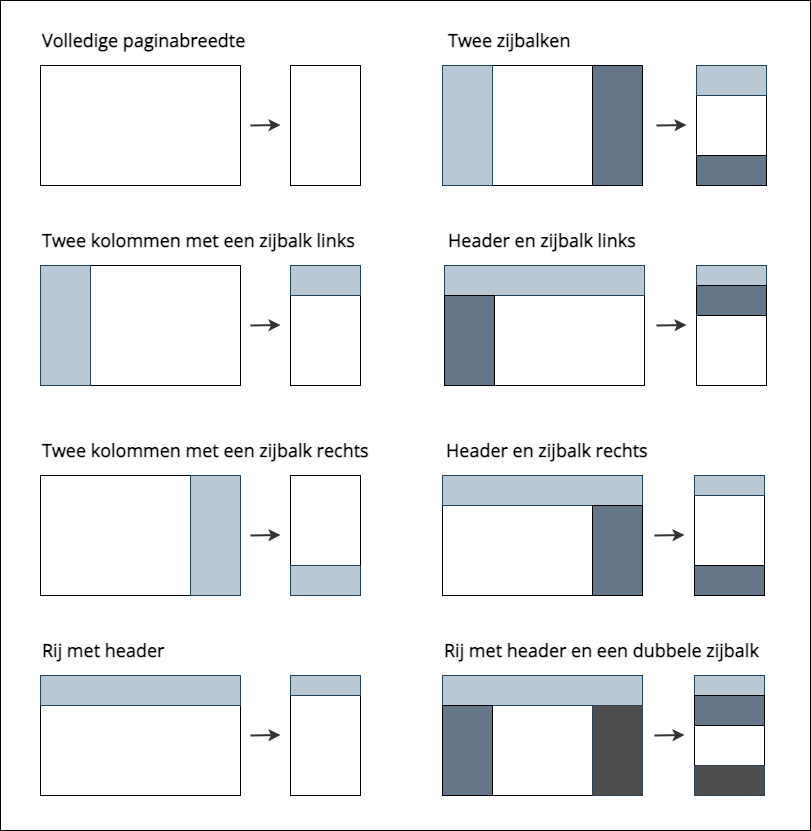
cultuurnet/apidocs keeps this draw.io diagram as projects/widgets/assets/images/widget choreografie.png. Above is the earlier version. Source tidied: cells renumbered, new cells last; positions are measured from the earlier drawing's top-left corner, leaving out a move shared by most shapes. The source it was exported from:
```xml
<mxGraphModel>
  <root>
    <mxCell id="0" />
    <mxCell id="1" parent="0" />
    <mxCell id="2" style="rounded=0;whiteSpace=wrap;html=1;fontFamily=Open Sans;fontSource=https%3A%2F%2Ffonts.googleapis.com%2Fcss%3Ffamily%3DOpen%2BSans;fontSize=18;fillColor=#FFFFFF;" parent="1" vertex="1">
      <mxGeometry width="810" height="830" as="geometry" />
    </mxCell>
    <mxCell id="3" style="rounded=0;whiteSpace=wrap;html=1;" parent="1" vertex="1">
      <mxGeometry x="40" y="65" width="200" height="120" as="geometry" />
    </mxCell>
    <mxCell id="4" value="&lt;font style=&quot;font-size: 18px;&quot;&gt;&lt;b style=&quot;&quot;&gt;Volledige paginabreedte&lt;/b&gt;&lt;/font&gt;" style="text;html=1;strokeColor=none;fillColor=none;align=left;verticalAlign=middle;whiteSpace=wrap;rounded=0;fontSize=14;fontFamily=Open Sans;fontSource=https%3A%2F%2Ffonts.googleapis.com%2Fcss%3Ffamily%3DOpen%2BSans;" parent="1" vertex="1">
      <mxGeometry x="40" y="25" width="250" height="30" as="geometry" />
    </mxCell>
    <mxCell id="5" style="endArrow=classic;html=1;rounded=0;fontFamily=Tahoma;fontSize=25;strokeWidth=2;strokeColor=#333333;fontStyle=1;labelBorderColor=none;labelBackgroundColor=default;" parent="1" edge="1">
      <mxGeometry relative="1" as="geometry">
        <mxPoint x="250" y="125" as="sourcePoint" />
        <mxPoint x="280" y="124.5" as="targetPoint" />
      </mxGeometry>
    </mxCell>
    <mxCell id="6" style="rounded=0;whiteSpace=wrap;html=1;" parent="1" vertex="1">
      <mxGeometry x="290" y="65" width="70" height="120" as="geometry" />
    </mxCell>
    <mxCell id="7" style="rounded=0;whiteSpace=wrap;html=1;" parent="1" vertex="1">
      <mxGeometry x="40" y="265" width="200" height="120" as="geometry" />
    </mxCell>
    <mxCell id="8" style="rounded=0;whiteSpace=wrap;html=1;fillColor=#bac8d3;strokeColor=#23445d;" parent="1" vertex="1">
      <mxGeometry x="40" y="265" width="50" height="120" as="geometry" />
    </mxCell>
    <mxCell id="9" value="&lt;font style=&quot;font-size: 18px;&quot;&gt;&lt;b style=&quot;&quot;&gt;Twee kolommen met een zijbalk links&lt;/b&gt;&lt;/font&gt;" style="text;html=1;strokeColor=none;fillColor=none;align=left;verticalAlign=middle;whiteSpace=wrap;rounded=0;fontSize=14;fontFamily=Open Sans;fontSource=https%3A%2F%2Ffonts.googleapis.com%2Fcss%3Ffamily%3DOpen%2BSans;" parent="1" vertex="1">
      <mxGeometry x="40" y="225" width="360" height="30" as="geometry" />
    </mxCell>
    <mxCell id="10" style="rounded=0;whiteSpace=wrap;html=1;" parent="1" vertex="1">
      <mxGeometry x="40" y="475" width="200" height="120" as="geometry" />
    </mxCell>
    <mxCell id="11" style="rounded=0;whiteSpace=wrap;html=1;fillColor=#bac8d3;strokeColor=#23445d;" parent="1" vertex="1">
      <mxGeometry x="190" y="475" width="50" height="120" as="geometry" />
    </mxCell>
    <mxCell id="12" value="&lt;font style=&quot;font-size: 18px;&quot;&gt;&lt;b style=&quot;&quot;&gt;Twee kolommen met een zijbalk rechts&lt;/b&gt;&lt;/font&gt;" style="text;html=1;strokeColor=none;fillColor=none;align=left;verticalAlign=middle;whiteSpace=wrap;rounded=0;fontSize=14;fontFamily=Open Sans;fontSource=https%3A%2F%2Ffonts.googleapis.com%2Fcss%3Ffamily%3DOpen%2BSans;" parent="1" vertex="1">
      <mxGeometry x="40" y="435" width="360" height="30" as="geometry" />
    </mxCell>
    <mxCell id="13" style="rounded=0;whiteSpace=wrap;html=1;" parent="1" vertex="1">
      <mxGeometry x="40" y="675" width="200" height="120" as="geometry" />
    </mxCell>
    <mxCell id="14" value="&lt;font style=&quot;font-size: 18px;&quot;&gt;&lt;b style=&quot;&quot;&gt;Rij met header&lt;/b&gt;&lt;/font&gt;" style="text;html=1;strokeColor=none;fillColor=none;align=left;verticalAlign=middle;whiteSpace=wrap;rounded=0;fontSize=14;fontFamily=Open Sans;fontSource=https%3A%2F%2Ffonts.googleapis.com%2Fcss%3Ffamily%3DOpen%2BSans;" parent="1" vertex="1">
      <mxGeometry x="40" y="635" width="360" height="30" as="geometry" />
    </mxCell>
    <mxCell id="15" style="rounded=0;whiteSpace=wrap;html=1;fontFamily=Open Sans;fontSource=https%3A%2F%2Ffonts.googleapis.com%2Fcss%3Ffamily%3DOpen%2BSans;fontSize=25;fillColor=#bac8d3;strokeColor=#23445d;" parent="1" vertex="1">
      <mxGeometry x="40" y="675" width="200" height="30" as="geometry" />
    </mxCell>
    <mxCell id="16" style="rounded=0;whiteSpace=wrap;html=1;" parent="1" vertex="1">
      <mxGeometry x="442" y="475" width="200" height="120" as="geometry" />
    </mxCell>
    <mxCell id="17" style="endArrow=classic;html=1;rounded=0;fontFamily=Tahoma;fontSize=25;strokeWidth=2;strokeColor=#333333;fontStyle=1;labelBorderColor=none;labelBackgroundColor=default;" parent="1" edge="1">
      <mxGeometry relative="1" as="geometry">
        <mxPoint x="250" y="325" as="sourcePoint" />
        <mxPoint x="280" y="324.5" as="targetPoint" />
      </mxGeometry>
    </mxCell>
    <mxCell id="18" style="rounded=0;whiteSpace=wrap;html=1;" parent="1" vertex="1">
      <mxGeometry x="290" y="265" width="70" height="120" as="geometry" />
    </mxCell>
    <mxCell id="19" style="endArrow=classic;html=1;rounded=0;fontFamily=Tahoma;fontSize=25;strokeWidth=2;strokeColor=#333333;fontStyle=1;labelBorderColor=none;labelBackgroundColor=default;" parent="1" edge="1">
      <mxGeometry relative="1" as="geometry">
        <mxPoint x="250" y="535" as="sourcePoint" />
        <mxPoint x="280" y="534.5" as="targetPoint" />
      </mxGeometry>
    </mxCell>
    <mxCell id="20" style="rounded=0;whiteSpace=wrap;html=1;" parent="1" vertex="1">
      <mxGeometry x="290" y="475" width="70" height="120" as="geometry" />
    </mxCell>
    <mxCell id="21" style="endArrow=classic;html=1;rounded=0;fontFamily=Tahoma;fontSize=25;strokeWidth=2;strokeColor=#333333;fontStyle=1;labelBorderColor=none;labelBackgroundColor=default;" parent="1" edge="1">
      <mxGeometry relative="1" as="geometry">
        <mxPoint x="250" y="735" as="sourcePoint" />
        <mxPoint x="280" y="734.5" as="targetPoint" />
      </mxGeometry>
    </mxCell>
    <mxCell id="22" style="rounded=0;whiteSpace=wrap;html=1;" parent="1" vertex="1">
      <mxGeometry x="290" y="675" width="70" height="120" as="geometry" />
    </mxCell>
    <mxCell id="23" style="rounded=0;whiteSpace=wrap;html=1;fillColor=#bac8d3;strokeColor=#23445d;" parent="1" vertex="1">
      <mxGeometry x="290" y="265" width="70" height="30" as="geometry" />
    </mxCell>
    <mxCell id="24" style="rounded=0;whiteSpace=wrap;html=1;fillColor=#bac8d3;strokeColor=#23445d;" parent="1" vertex="1">
      <mxGeometry x="290" y="565" width="70" height="30" as="geometry" />
    </mxCell>
    <mxCell id="25" style="rounded=0;whiteSpace=wrap;html=1;fillColor=#bac8d3;strokeColor=#23445d;" parent="1" vertex="1">
      <mxGeometry x="290" y="675" width="70" height="20" as="geometry" />
    </mxCell>
    <mxCell id="26" style="endArrow=classic;html=1;rounded=0;fontFamily=Tahoma;fontSize=25;strokeWidth=2;strokeColor=#333333;fontStyle=1;labelBorderColor=none;labelBackgroundColor=default;" parent="1" edge="1">
      <mxGeometry relative="1" as="geometry">
        <mxPoint x="656" y="125" as="sourcePoint" />
        <mxPoint x="686" y="124.5" as="targetPoint" />
      </mxGeometry>
    </mxCell>
    <mxCell id="27" style="rounded=0;whiteSpace=wrap;html=1;" parent="1" vertex="1">
      <mxGeometry x="696" y="65" width="70" height="120" as="geometry" />
    </mxCell>
    <mxCell id="28" style="endArrow=classic;html=1;rounded=0;fontFamily=Tahoma;fontSize=25;strokeWidth=2;strokeColor=#333333;fontStyle=1;labelBorderColor=none;labelBackgroundColor=default;" parent="1" edge="1">
      <mxGeometry relative="1" as="geometry">
        <mxPoint x="656" y="325" as="sourcePoint" />
        <mxPoint x="686" y="324.5" as="targetPoint" />
      </mxGeometry>
    </mxCell>
    <mxCell id="29" style="rounded=0;whiteSpace=wrap;html=1;" parent="1" vertex="1">
      <mxGeometry x="696" y="265" width="70" height="120" as="geometry" />
    </mxCell>
    <mxCell id="30" style="endArrow=classic;html=1;rounded=0;fontFamily=Tahoma;fontSize=25;strokeWidth=2;strokeColor=#333333;fontStyle=1;labelBorderColor=none;labelBackgroundColor=default;" parent="1" edge="1">
      <mxGeometry relative="1" as="geometry">
        <mxPoint x="654" y="535" as="sourcePoint" />
        <mxPoint x="684" y="534.5" as="targetPoint" />
      </mxGeometry>
    </mxCell>
    <mxCell id="31" style="rounded=0;whiteSpace=wrap;html=1;" parent="1" vertex="1">
      <mxGeometry x="694" y="475" width="70" height="120" as="geometry" />
    </mxCell>
    <mxCell id="32" style="endArrow=classic;html=1;rounded=0;fontFamily=Tahoma;fontSize=25;strokeWidth=2;strokeColor=#333333;fontStyle=1;labelBorderColor=none;labelBackgroundColor=default;" parent="1" edge="1">
      <mxGeometry relative="1" as="geometry">
        <mxPoint x="654" y="735" as="sourcePoint" />
        <mxPoint x="684" y="734.5" as="targetPoint" />
      </mxGeometry>
    </mxCell>
    <mxCell id="33" style="rounded=0;whiteSpace=wrap;html=1;" parent="1" vertex="1">
      <mxGeometry x="694" y="675" width="70" height="120" as="geometry" />
    </mxCell>
    <mxCell id="34" value="&lt;font style=&quot;font-size: 18px;&quot;&gt;&lt;b style=&quot;&quot;&gt;Header en zijbalk rechts&lt;/b&gt;&lt;/font&gt;" style="text;html=1;strokeColor=none;fillColor=none;align=left;verticalAlign=middle;whiteSpace=wrap;rounded=0;fontSize=14;fontFamily=Open Sans;fontSource=https%3A%2F%2Ffonts.googleapis.com%2Fcss%3Ffamily%3DOpen%2BSans;" parent="1" vertex="1">
      <mxGeometry x="444" y="435" width="250" height="30" as="geometry" />
    </mxCell>
    <mxCell id="35" value="&lt;font style=&quot;font-size: 18px;&quot;&gt;&lt;b style=&quot;&quot;&gt;Rij met header en een dubbele zijbalk&lt;/b&gt;&lt;/font&gt;" style="text;html=1;strokeColor=none;fillColor=none;align=left;verticalAlign=middle;whiteSpace=wrap;rounded=0;fontSize=14;fontFamily=Open Sans;fontSource=https%3A%2F%2Ffonts.googleapis.com%2Fcss%3Ffamily%3DOpen%2BSans;" parent="1" vertex="1">
      <mxGeometry x="442" y="635" width="360" height="30" as="geometry" />
    </mxCell>
    <mxCell id="36" style="rounded=0;whiteSpace=wrap;html=1;" parent="1" vertex="1">
      <mxGeometry x="444" y="265" width="200" height="120" as="geometry" />
    </mxCell>
    <mxCell id="37" value="&lt;font style=&quot;font-size: 18px;&quot;&gt;&lt;b style=&quot;&quot;&gt;Header en zijbalk links&lt;/b&gt;&lt;/font&gt;" style="text;html=1;strokeColor=none;fillColor=none;align=left;verticalAlign=middle;whiteSpace=wrap;rounded=0;fontSize=14;fontFamily=Open Sans;fontSource=https%3A%2F%2Ffonts.googleapis.com%2Fcss%3Ffamily%3DOpen%2BSans;" parent="1" vertex="1">
      <mxGeometry x="446" y="225" width="250" height="30" as="geometry" />
    </mxCell>
    <mxCell id="38" style="rounded=0;whiteSpace=wrap;html=1;" parent="1" vertex="1">
      <mxGeometry x="442" y="675" width="200" height="120" as="geometry" />
    </mxCell>
    <mxCell id="39" style="rounded=0;whiteSpace=wrap;html=1;" parent="1" vertex="1">
      <mxGeometry x="442" y="65" width="200" height="120" as="geometry" />
    </mxCell>
    <mxCell id="40" value="&lt;font style=&quot;font-size: 18px;&quot;&gt;&lt;b style=&quot;&quot;&gt;Twee zijbalken&lt;/b&gt;&lt;/font&gt;" style="text;html=1;strokeColor=none;fillColor=none;align=left;verticalAlign=middle;whiteSpace=wrap;rounded=0;fontSize=14;fontFamily=Open Sans;fontSource=https%3A%2F%2Ffonts.googleapis.com%2Fcss%3Ffamily%3DOpen%2BSans;" parent="1" vertex="1">
      <mxGeometry x="446" y="25" width="250" height="30" as="geometry" />
    </mxCell>
    <mxCell id="41" style="rounded=0;whiteSpace=wrap;html=1;fontFamily=Open Sans;fontSource=https%3A%2F%2Ffonts.googleapis.com%2Fcss%3Ffamily%3DOpen%2BSans;fontSize=25;fillColor=#bac8d3;strokeColor=#23445d;" parent="1" vertex="1">
      <mxGeometry x="442" y="675" width="200" height="30" as="geometry" />
    </mxCell>
    <mxCell id="42" style="rounded=0;whiteSpace=wrap;html=1;fontFamily=Open Sans;fontSource=https%3A%2F%2Ffonts.googleapis.com%2Fcss%3Ffamily%3DOpen%2BSans;fontSize=25;fillColor=#bac8d3;strokeColor=#23445d;" parent="1" vertex="1">
      <mxGeometry x="442" y="475" width="200" height="30" as="geometry" />
    </mxCell>
    <mxCell id="43" style="rounded=0;whiteSpace=wrap;html=1;fontFamily=Open Sans;fontSource=https%3A%2F%2Ffonts.googleapis.com%2Fcss%3Ffamily%3DOpen%2BSans;fontSize=25;fillColor=#bac8d3;strokeColor=#23445d;" parent="1" vertex="1">
      <mxGeometry x="444" y="265" width="200" height="30" as="geometry" />
    </mxCell>
    <mxCell id="44" style="rounded=0;whiteSpace=wrap;html=1;fillColor=#bac8d3;strokeColor=#23445d;" parent="1" vertex="1">
      <mxGeometry x="694" y="675" width="70" height="20" as="geometry" />
    </mxCell>
    <mxCell id="45" style="rounded=0;whiteSpace=wrap;html=1;fillColor=#4D4D4D;strokeColor=#314354;fontColor=#ffffff;" parent="1" vertex="1">
      <mxGeometry x="694" y="765" width="70" height="30" as="geometry" />
    </mxCell>
    <mxCell id="46" style="rounded=0;whiteSpace=wrap;html=1;fillColor=#bac8d3;strokeColor=#23445d;" parent="1" vertex="1">
      <mxGeometry x="442" y="65" width="50" height="120" as="geometry" />
    </mxCell>
    <mxCell id="47" style="rounded=0;whiteSpace=wrap;html=1;fillColor=#647687; strokeColor=#23445d;" parent="1" vertex="1">
      <mxGeometry x="592" y="65" width="50" height="120" as="geometry" />
    </mxCell>
    <mxCell id="48" style="rounded=0;whiteSpace=wrap;html=1;fillColor=#647687; strokeColor=#23445d;" parent="1" vertex="1">
      <mxGeometry x="444" y="295" width="50" height="90" as="geometry" />
    </mxCell>
    <mxCell id="49" style="rounded=0;whiteSpace=wrap;html=1;fillColor=#647687; strokeColor=#23445d;" parent="1" vertex="1">
      <mxGeometry x="592" y="505" width="50" height="90" as="geometry" />
    </mxCell>
    <mxCell id="50" style="rounded=0;whiteSpace=wrap;html=1;fillColor=#647687; strokeColor=#23445d;" parent="1" vertex="1">
      <mxGeometry x="442" y="705" width="50" height="90" as="geometry" />
    </mxCell>
    <mxCell id="51" style="rounded=0;whiteSpace=wrap;html=1;fillColor=#4D4D4D;strokeColor=#314354;fontColor=#ffffff;" parent="1" vertex="1">
      <mxGeometry x="592" y="705" width="50" height="90" as="geometry" />
    </mxCell>
    <mxCell id="52" style="rounded=0;whiteSpace=wrap;html=1;fillColor=#647687; strokeColor=#23445d;" parent="1" vertex="1">
      <mxGeometry x="694" y="695" width="70" height="30" as="geometry" />
    </mxCell>
    <mxCell id="53" style="rounded=0;whiteSpace=wrap;html=1;fillColor=#647687; strokeColor=#23445d;" parent="1" vertex="1">
      <mxGeometry x="696" y="155" width="70" height="30" as="geometry" />
    </mxCell>
    <mxCell id="54" style="rounded=0;whiteSpace=wrap;html=1;fillColor=#bac8d3;strokeColor=#23445d;" parent="1" vertex="1">
      <mxGeometry x="696" y="65" width="70" height="30" as="geometry" />
    </mxCell>
    <mxCell id="55" style="rounded=0;whiteSpace=wrap;html=1;fillColor=#bac8d3;strokeColor=#23445d;" parent="1" vertex="1">
      <mxGeometry x="696" y="265" width="70" height="20" as="geometry" />
    </mxCell>
    <mxCell id="56" style="rounded=0;whiteSpace=wrap;html=1;fillColor=#647687; strokeColor=#23445d;" parent="1" vertex="1">
      <mxGeometry x="696" y="285" width="70" height="30" as="geometry" />
    </mxCell>
    <mxCell id="57" style="rounded=0;whiteSpace=wrap;html=1;fillColor=#bac8d3;strokeColor=#23445d;" parent="1" vertex="1">
      <mxGeometry x="694" y="475" width="70" height="20" as="geometry" />
    </mxCell>
    <mxCell id="58" style="rounded=0;whiteSpace=wrap;html=1;fillColor=#647687; strokeColor=#23445d;" parent="1" vertex="1">
      <mxGeometry x="694" y="565" width="70" height="30" as="geometry" />
    </mxCell>
  </root>
</mxGraphModel>
```
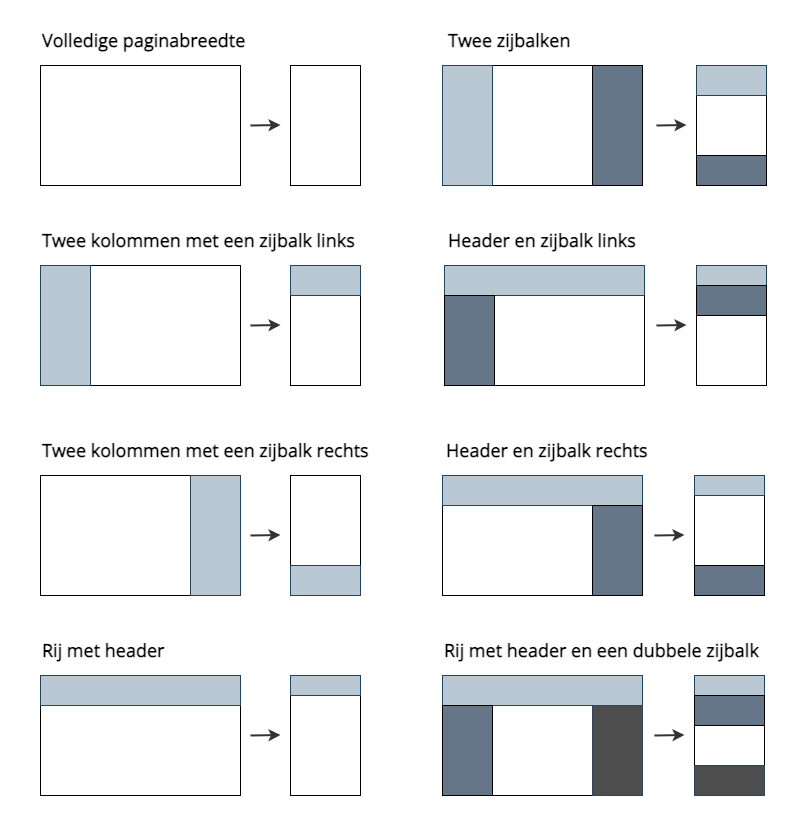
After the commit.

Change to the diagram source:
```diff
@@ -2,7 +2,7 @@
   <root>
     <mxCell id="0" />
     <mxCell id="1" parent="0" />
-    <mxCell id="2" style="rounded=0;whiteSpace=wrap;html=1;fontFamily=Open Sans;fontSource=https%3A%2F%2Ffonts.googleapis.com%2Fcss%3Ffamily%3DOpen%2BSans;fontSize=18;fillColor=#FFFFFF;" parent="1" vertex="1">
+    <mxCell id="2" style="rounded=0;whiteSpace=wrap;html=1;fontFamily=Open Sans;fontSource=https%3A%2F%2Ffonts.googleapis.com%2Fcss%3Ffamily%3DOpen%2BSans;fontSize=18;fillColor=#FFFFFF;strokeColor=none;" parent="1" vertex="1">
       <mxGeometry width="810" height="830" as="geometry" />
     </mxCell>
     <mxCell id="3" style="rounded=0;whiteSpace=wrap;html=1;" parent="1" vertex="1">
```
